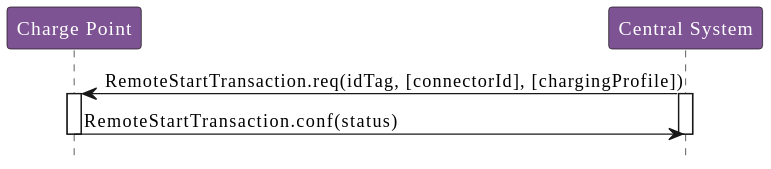
phoi5675/ocpp-markdown keeps this PlantUML diagram as OCPP_1.6/images/figure_32.svg. Above is the earlier version. Source of this version:
```plantuml
@startuml
!include style.puml

participant "Charge Point" as ChargePoint
participant "Central System" as CentralSystem

CentralSystem -> ChargePoint : RemoteStartTransaction.req(idTag, [connectorId], [chargingProfile])

activate ChargePoint
activate CentralSystem

ChargePoint -> CentralSystem : RemoteStartTransaction.conf(status)

deactivate CentralSystem
deactivate ChargePoint
@enduml
```
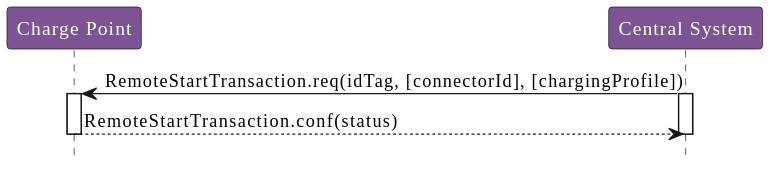
The same diagram one commit later.

The edit, as a diff of the source:
```diff
@@ -5,12 +5,10 @@
 participant "Central System" as CentralSystem
 
 CentralSystem -> ChargePoint : RemoteStartTransaction.req(idTag, [connectorId], [chargingProfile])
-
 activate ChargePoint
 activate CentralSystem
 
-ChargePoint -> CentralSystem : RemoteStartTransaction.conf(status)
-
+ChargePoint --> CentralSystem : RemoteStartTransaction.conf(status)
 deactivate CentralSystem
 deactivate ChargePoint
 @enduml
```
